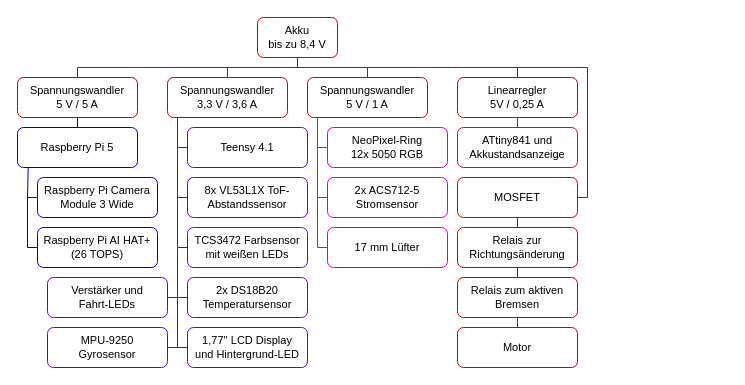
This is other/doc/diagrams/energy.drawio from TerraForces/WRO2026-Future-Engineers, a draw.io file, before an edit. Source tidied: cells renumbered, new cells numbered last; positions are measured from the earlier drawing's top-left corner, leaving out a move shared by most shapes. Both pictures are drawn from the tidied source at 100%, with x=0, y=0 at pixel (17, 17).
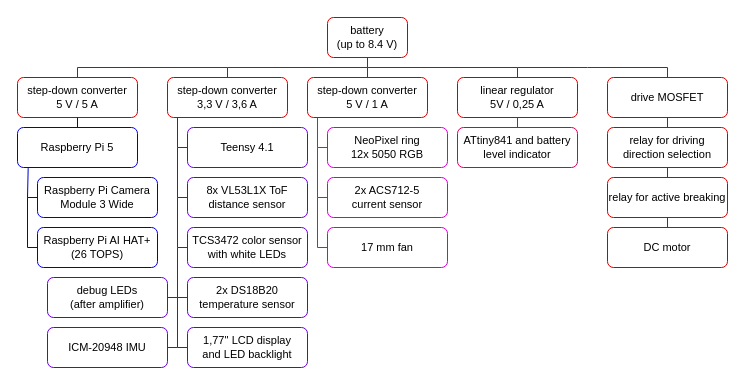
The same diagram, later.

What changed in the source:
```diff
@@
-    <mxCell id="2" value="&lt;font&gt;Akku&lt;/font&gt;&lt;div&gt;&lt;font&gt;bis zu 8,4 V&lt;/font&gt;&lt;/div&gt;" style="rounded=1;whiteSpace=wrap;html=1;strokeColor=light-dark(#C80000,#C80000);fontFamily=Ubuntu Sans;fontSize=11;" parent="1" vertex="1">
-      <mxGeometry x="240" width="80" height="40" as="geometry" />
+    <mxCell id="2" value="&lt;font&gt;battery&lt;/font&gt;&lt;div&gt;&lt;font&gt;(up to 8.4 V)&lt;/font&gt;&lt;/div&gt;" style="rounded=1;whiteSpace=wrap;html=1;strokeColor=light-dark(#C80000,#C80000);fontFamily=Ubuntu Sans;fontSize=11;fillColor=none;" parent="1" vertex="1">
+      <mxGeometry x="310" width="80" height="40" as="geometry" />
     </mxCell>
-    <mxCell id="3" value="&lt;font&gt;&lt;span&gt;Spannungswandler&lt;/span&gt;&lt;/font&gt;&lt;div&gt;&lt;font&gt;&lt;span&gt;3,3 V / 3,6 A&lt;/span&gt;&lt;/font&gt;&lt;/div&gt;" style="rounded=1;whiteSpace=wrap;html=1;fontFamily=Ubuntu Sans;fontSize=11;strokeColor=light-dark(#C80000,#C80000);" parent="1" vertex="1">
+    <mxCell id="3" value="step-down converter&lt;br&gt;&lt;div&gt;&lt;font&gt;&lt;span&gt;3,3 V / 3,6 A&lt;/span&gt;&lt;/font&gt;&lt;/div&gt;" style="rounded=1;whiteSpace=wrap;html=1;fontFamily=Ubuntu Sans;fontSize=11;strokeColor=light-dark(#C80000,#C80000);fillColor=none;" parent="1" vertex="1">
       <mxGeometry x="150" y="60" width="120" height="40" as="geometry" />
     </mxCell>
-    <mxCell id="4" value="&lt;font&gt;&lt;span&gt;Spannungswandler&lt;/span&gt;&lt;/font&gt;&lt;div&gt;&lt;font&gt;&lt;span&gt;5 V / 5 A&lt;/span&gt;&lt;/font&gt;&lt;/div&gt;" style="rounded=1;whiteSpace=wrap;html=1;fontFamily=Ubuntu Sans;fontSize=11;strokeColor=light-dark(#C80000,#C80000);" parent="1" vertex="1">
+    <mxCell id="4" value="&lt;font&gt;&lt;span&gt;step-down converter&lt;/span&gt;&lt;/font&gt;&lt;div&gt;&lt;span style=&quot;background-color: transparent; color: light-dark(rgb(0, 0, 0), rgb(255, 255, 255));&quot;&gt;5 V / 5 A&lt;/span&gt;&lt;/div&gt;" style="rounded=1;whiteSpace=wrap;html=1;fontFamily=Ubuntu Sans;fontSize=11;strokeColor=light-dark(#C80000,#C80000);fillColor=none;" parent="1" vertex="1">
       <mxGeometry y="60" width="120" height="40" as="geometry" />
     </mxCell>
-    <mxCell id="5" value="&lt;font&gt;&lt;span&gt;Spannungswandler&lt;/span&gt;&lt;/font&gt;&lt;div&gt;&lt;font&gt;&lt;span&gt;5 V / 1 A&lt;/span&gt;&lt;/font&gt;&lt;/div&gt;" style="rounded=1;whiteSpace=wrap;html=1;gradientColor=none;perimeterSpacing=0;glass=0;shadow=0;fontFamily=Ubuntu Sans;fontSize=11;strokeColor=light-dark(#C80000,#C80000);" parent="1" vertex="1">
+    <mxCell id="5" value="step-down converter&lt;br&gt;&lt;div&gt;&lt;font&gt;&lt;span&gt;5 V / 1 A&lt;/span&gt;&lt;/font&gt;&lt;/div&gt;" style="rounded=1;whiteSpace=wrap;html=1;gradientColor=none;perimeterSpacing=0;glass=0;shadow=0;fontFamily=Ubuntu Sans;fontSize=11;strokeColor=light-dark(#C80000,#C80000);fillColor=none;" parent="1" vertex="1">
       <mxGeometry x="290" y="60" width="120" height="40" as="geometry" />
     </mxCell>
@@
-    <mxCell id="9" value="Raspberry Pi 5" style="rounded=1;whiteSpace=wrap;html=1;fontFamily=Ubuntu Sans;fontSize=11;strokeColor=light-dark(#0000CC,#0000CC);" parent="1" vertex="1">
+    <mxCell id="9" value="Raspberry Pi 5" style="rounded=1;whiteSpace=wrap;html=1;fontFamily=Ubuntu Sans;fontSize=11;strokeColor=light-dark(#0000CC,#0000CC);fillColor=none;" parent="1" vertex="1">
       <mxGeometry y="110" width="120" height="40" as="geometry" />
     </mxCell>
@@
-    <mxCell id="11" value="Teensy 4.1" style="rounded=1;whiteSpace=wrap;html=1;fontFamily=Ubuntu Sans;fontSize=11;strokeColor=light-dark(#6600CC,#6600CC);" parent="1" vertex="1">
+    <mxCell id="11" value="Teensy 4.1" style="rounded=1;whiteSpace=wrap;html=1;fontFamily=Ubuntu Sans;fontSize=11;strokeColor=light-dark(#6600CC,#6600CC);fillColor=none;" parent="1" vertex="1">
       <mxGeometry x="170" y="110" width="120" height="40" as="geometry" />
     </mxCell>
-    <mxCell id="12" value="Raspberry Pi Camera Module 3 Wide" style="rounded=1;whiteSpace=wrap;html=1;fontFamily=Ubuntu Sans;fontSize=11;strokeColor=light-dark(#0000CC,#0000CC);" parent="1" vertex="1">
+    <mxCell id="12" value="Raspberry Pi Camera Module 3 Wide" style="rounded=1;whiteSpace=wrap;html=1;fontFamily=Ubuntu Sans;fontSize=11;strokeColor=light-dark(#0000CC,#0000CC);fillColor=none;" parent="1" vertex="1">
       <mxGeometry x="20" y="160" width="120" height="40" as="geometry" />
     </mxCell>
-    <mxCell id="13" value="Raspberry Pi AI HAT+&lt;div&gt;(26 TOPS)&lt;/div&gt;" style="rounded=1;whiteSpace=wrap;html=1;fontFamily=Ubuntu Sans;fontSize=11;strokeColor=light-dark(#0000CC,#0000CC);" parent="1" vertex="1">
+    <mxCell id="13" value="Raspberry Pi AI HAT+&lt;div&gt;(26 TOPS)&lt;/div&gt;" style="rounded=1;whiteSpace=wrap;html=1;fontFamily=Ubuntu Sans;fontSize=11;strokeColor=light-dark(#0000CC,#0000CC);fillColor=none;" parent="1" vertex="1">
       <mxGeometry x="20" y="210" width="120" height="40" as="geometry" />
     </mxCell>
@@
-    <mxCell id="16" value="8x VL53L1X ToF-Abstandssensor" style="rounded=1;whiteSpace=wrap;html=1;fontFamily=Ubuntu Sans;fontSize=11;strokeColor=light-dark(#6600CC,#6600CC);" parent="1" vertex="1">
+    <mxCell id="16" value="8x VL53L1X ToF&lt;div&gt;distance sensor&lt;/div&gt;" style="rounded=1;whiteSpace=wrap;html=1;fontFamily=Ubuntu Sans;fontSize=11;strokeColor=light-dark(#6600CC,#6600CC);fillColor=none;" parent="1" vertex="1">
       <mxGeometry x="170" y="160" width="120" height="40" as="geometry" />
     </mxCell>
-    <mxCell id="17" value="TCS3472 Farbsensor&lt;div&gt;mit weißen LEDs&lt;/div&gt;" style="rounded=1;whiteSpace=wrap;html=1;fontFamily=Ubuntu Sans;fontSize=11;strokeColor=light-dark(#6600CC,#6600CC);" parent="1" vertex="1">
+    <mxCell id="17" value="TCS3472 color sensor&lt;div&gt;with white LEDs&lt;/div&gt;" style="rounded=1;whiteSpace=wrap;html=1;fontFamily=Ubuntu Sans;fontSize=11;strokeColor=light-dark(#6600CC,#6600CC);fillColor=none;" parent="1" vertex="1">
       <mxGeometry x="170" y="210" width="120" height="40" as="geometry" />
     </mxCell>
@@
-    <mxCell id="19" value="2x DS18B20 Temperatursensor" style="rounded=1;whiteSpace=wrap;html=1;fontFamily=Ubuntu Sans;fontSize=11;strokeColor=light-dark(#6600CC,#6600CC);" parent="1" vertex="1">
+    <mxCell id="19" value="2x DS18B20 temperature sensor" style="rounded=1;whiteSpace=wrap;html=1;fontFamily=Ubuntu Sans;fontSize=11;strokeColor=light-dark(#6600CC,#6600CC);fillColor=none;" parent="1" vertex="1">
       <mxGeometry x="170" y="260" width="120" height="40" as="geometry" />
     </mxCell>
-    <mxCell id="20" value="NeoPixel-Ring&lt;div&gt;12x 5050 RGB&lt;/div&gt;" style="rounded=1;whiteSpace=wrap;html=1;fontFamily=Ubuntu Sans;fontSize=11;strokeColor=light-dark(#CC00CC,#CC00CC);" parent="1" vertex="1">
+    <mxCell id="20" value="NeoPixel ring&lt;div&gt;12x 5050 RGB&lt;/div&gt;" style="rounded=1;whiteSpace=wrap;html=1;fontFamily=Ubuntu Sans;fontSize=11;strokeColor=light-dark(#CC00CC,#CC00CC);fillColor=none;" parent="1" vertex="1">
       <mxGeometry x="310" y="110" width="120" height="40" as="geometry" />
     </mxCell>
-    <mxCell id="21" value="ATtiny841 und Akkustandsanzeige" style="rounded=1;whiteSpace=wrap;html=1;fontFamily=Ubuntu Sans;fontSize=11;strokeColor=light-dark(#CC0066,#CC0066);" parent="1" vertex="1">
+    <mxCell id="21" value="ATtiny841 and battery level indicator" style="rounded=1;whiteSpace=wrap;html=1;fontFamily=Ubuntu Sans;fontSize=11;strokeColor=light-dark(#CC0066,#CC0066);fillColor=none;" parent="1" vertex="1">
       <mxGeometry x="440" y="110" width="120" height="40" as="geometry" />
     </mxCell>
-    <mxCell id="22" value="Linearregler&lt;div&gt;5V / 0,25 A&lt;/div&gt;" style="rounded=1;whiteSpace=wrap;html=1;gradientColor=none;perimeterSpacing=0;glass=0;shadow=0;fontFamily=Ubuntu Sans;fontSize=11;strokeColor=light-dark(#C80000,#C80000);" parent="1" vertex="1">
+    <mxCell id="22" value="linear regulator&lt;br&gt;&lt;div&gt;5V / 0,25 A&lt;/div&gt;" style="rounded=1;whiteSpace=wrap;html=1;gradientColor=none;perimeterSpacing=0;glass=0;shadow=0;fontFamily=Ubuntu Sans;fontSize=11;strokeColor=light-dark(#C80000,#C80000);fillColor=none;" parent="1" vertex="1">
       <mxGeometry x="440" y="60" width="120" height="40" as="geometry" />
     </mxCell>
-    <mxCell id="23" value="2x ACS712-5&lt;div&gt;Stromsensor&lt;/div&gt;" style="rounded=1;whiteSpace=wrap;html=1;fontFamily=Ubuntu Sans;fontSize=11;strokeColor=light-dark(#CC00CC,#CC00CC);" parent="1" vertex="1">
+    <mxCell id="23" value="2x ACS712-5&lt;div&gt;current sensor&lt;/div&gt;" style="rounded=1;whiteSpace=wrap;html=1;fontFamily=Ubuntu Sans;fontSize=11;strokeColor=light-dark(#CC00CC,#CC00CC);fillColor=none;" parent="1" vertex="1">
       <mxGeometry x="310" y="160" width="120" height="40" as="geometry" />
     </mxCell>
@@
-    <mxCell id="26" value="MOSFET" style="rounded=1;whiteSpace=wrap;html=1;fontFamily=Ubuntu Sans;fontSize=11;strokeColor=light-dark(#C80000,#C80000);" parent="1" vertex="1">
-      <mxGeometry x="440" y="160" width="120" height="40" as="geometry" />
+    <mxCell id="26" value="drive MOSFET" style="rounded=1;whiteSpace=wrap;html=1;fontFamily=Ubuntu Sans;fontSize=11;strokeColor=light-dark(#C80000,#C80000);fillColor=none;" parent="1" vertex="1">
+      <mxGeometry x="590" y="60" width="120" height="40" as="geometry" />
     </mxCell>
-    <mxCell id="27" value="Relais zur Richtungsänderung" style="rounded=1;whiteSpace=wrap;html=1;fontFamily=Ubuntu Sans;fontSize=11;strokeColor=light-dark(#C80000,#C80000);" parent="1" vertex="1">
-      <mxGeometry x="440" y="210" width="120" height="40" as="geometry" />
+    <mxCell id="27" value="relay for driving direction selection" style="rounded=1;whiteSpace=wrap;html=1;fontFamily=Ubuntu Sans;fontSize=11;strokeColor=light-dark(#C80000,#C80000);fillColor=none;" parent="1" vertex="1">
+      <mxGeometry x="590" y="110" width="120" height="40" as="geometry" />
     </mxCell>
-    <mxCell id="28" value="Relais zum aktiven Bremsen" style="rounded=1;whiteSpace=wrap;html=1;fontFamily=Ubuntu Sans;fontSize=11;strokeColor=light-dark(#C80000,#C80000);" parent="1" vertex="1">
-      <mxGeometry x="440" y="260" width="120" height="40" as="geometry" />
+    <mxCell id="28" value="relay for active breaking" style="rounded=1;whiteSpace=wrap;html=1;fontFamily=Ubuntu Sans;fontSize=11;strokeColor=light-dark(#C80000,#C80000);fillColor=none;" parent="1" vertex="1">
+      <mxGeometry x="590" y="160" width="120" height="40" as="geometry" />
     </mxCell>
-    <mxCell id="29" value="Motor" style="rounded=1;whiteSpace=wrap;html=1;fontFamily=Ubuntu Sans;fontSize=11;strokeColor=light-dark(#C80000,#C80000);" parent="1" vertex="1">
-      <mxGeometry x="440" y="310" width="120" height="40" as="geometry" />
+    <mxCell id="29" value="DC motor" style="rounded=1;whiteSpace=wrap;html=1;fontFamily=Ubuntu Sans;fontSize=11;strokeColor=light-dark(#C80000,#C80000);fillColor=none;" parent="1" vertex="1">
+      <mxGeometry x="590" y="210" width="120" height="40" as="geometry" />
     </mxCell>
-    <mxCell id="30" style="endArrow=none;html=1;rounded=0;exitX=1;exitY=0.5;exitDx=0;exitDy=0;strokeColor=light-dark(#C80000,#C80000);" parent="1" edge="1" source="26">
+    <mxCell id="30" style="endArrow=none;html=1;rounded=0;exitX=0.5;exitY=0;exitDx=0;exitDy=0;strokeColor=light-dark(#C80000,#C80000);" parent="1" edge="1" source="26">
       <mxGeometry relative="1" as="geometry">
         <mxPoint x="500" y="50" as="targetPoint" />
         <Array as="points">
-          <mxPoint x="570" y="180" />
+          <mxPoint x="650" y="50" />
           <mxPoint x="570" y="50" />
         </Array>
       </mxGeometry>
     </mxCell>
@@
-    <mxCell id="36" value="1,77'' LCD Display&lt;div&gt;und Hintergrund-LED&lt;/div&gt;" style="rounded=1;whiteSpace=wrap;html=1;fontFamily=Ubuntu Sans;fontSize=11;strokeColor=light-dark(#6600CC,#6600CC);" parent="1" vertex="1">
+    <mxCell id="36" value="1,77'' LCD display&lt;div&gt;and LED backlight&lt;/div&gt;" style="rounded=1;whiteSpace=wrap;html=1;fontFamily=Ubuntu Sans;fontSize=11;strokeColor=light-dark(#6600CC,#6600CC);fillColor=none;" parent="1" vertex="1">
       <mxGeometry x="170" y="310" width="120" height="40" as="geometry" />
     </mxCell>
-    <mxCell id="37" value="17 mm Lüfter" style="rounded=1;whiteSpace=wrap;html=1;fontFamily=Ubuntu Sans;fontSize=11;strokeColor=light-dark(#CC00CC,#CC00CC);" parent="1" vertex="1">
+    <mxCell id="37" value="17 mm fan" style="rounded=1;whiteSpace=wrap;html=1;fontFamily=Ubuntu Sans;fontSize=11;strokeColor=light-dark(#CC00CC,#CC00CC);fillColor=none;" parent="1" vertex="1">
       <mxGeometry x="310" y="210" width="120" height="40" as="geometry" />
     </mxCell>
-    <mxCell id="38" value="Verstärker und&lt;div&gt;Fahrt-LEDs&lt;/div&gt;" style="rounded=1;whiteSpace=wrap;html=1;fontFamily=Ubuntu Sans;fontSize=11;strokeColor=light-dark(#6600CC,#6600CC);" parent="1" vertex="1">
+    <mxCell id="38" value="debug LEDs&lt;div&gt;(after amplifier)&lt;/div&gt;" style="rounded=1;whiteSpace=wrap;html=1;fontFamily=Ubuntu Sans;fontSize=11;strokeColor=light-dark(#6600CC,#6600CC);fillColor=none;" parent="1" vertex="1">
       <mxGeometry x="30" y="260" width="120" height="40" as="geometry" />
     </mxCell>
-    <mxCell id="39" value="MPU-9250&lt;div&gt;Gyrosensor&lt;/div&gt;" style="rounded=1;whiteSpace=wrap;html=1;fontFamily=Ubuntu Sans;fontSize=11;strokeColor=light-dark(#6600CC,#6600CC);" parent="1" vertex="1">
+    <mxCell id="39" value="ICM-20948 IMU" style="rounded=1;whiteSpace=wrap;html=1;fontFamily=Ubuntu Sans;fontSize=11;strokeColor=light-dark(#6600CC,#6600CC);fillColor=none;" parent="1" vertex="1">
       <mxGeometry x="30" y="310" width="120" height="40" as="geometry" />
     </mxCell>
@@
-    <mxCell id="47" style="endArrow=none;html=1;rounded=0;strokeColor=light-dark(#C80000,#C80000);fontFamily=Ubuntu Sans;fontSize=11;entryX=0.5;entryY=1;entryDx=0;entryDy=0;" parent="1" edge="1" target="2">
-      <mxGeometry relative="1" as="geometry">
-        <mxPoint x="280" y="50" as="sourcePoint" />
-      </mxGeometry>
-    </mxCell>
+    <mxCell id="48" style="endArrow=none;html=1;rounded=0;entryX=0.5;entryY=1;entryDx=0;entryDy=0;strokeColor=light-dark(#C80000,#C80000);fontFamily=Ubuntu Sans;fontSize=11;" parent="1" edge="1" target="2">
+      <mxGeometry relative="1" as="geometry">
+        <mxPoint x="350" y="50" as="sourcePoint" />
+      </mxGeometry>
+    </mxCell>
```
